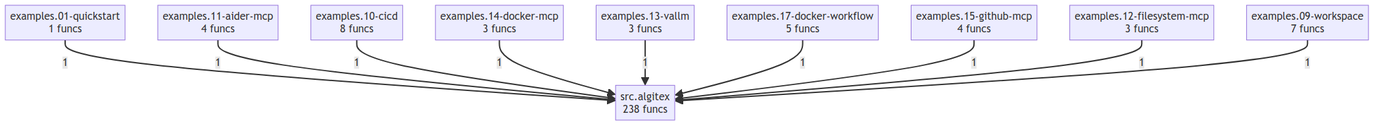
This is project/compact_flow.png from semcod/algitex, a Mermaid export, as it was before one commit. Its source is kept beside it as project/compact_flow.mmd.
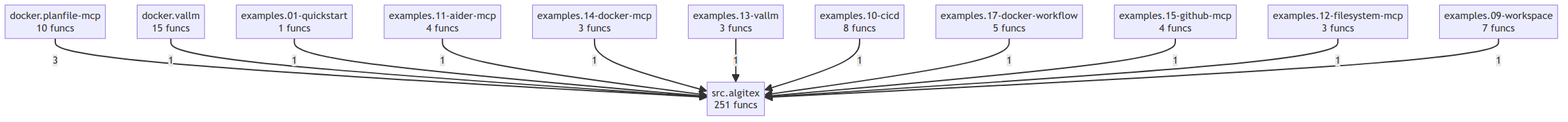
Above is the later version.

What changed in the source:
```diff
@@ -1,4 +1,6 @@
 flowchart TD
+    docker__planfile_mcp["docker.planfile-mcp<br/>10 funcs"]
+    docker__vallm["docker.vallm<br/>15 funcs"]
     examples__01_quickstart["examples.01-quickstart<br/>1 funcs"]
     examples__09_workspace["examples.09-workspace<br/>7 funcs"]
     examples__10_cicd["examples.10-cicd<br/>8 funcs"]
@@ -8,12 +10,14 @@
     examples__14_docker_mcp["examples.14-docker-mcp<br/>3 funcs"]
     examples__15_github_mcp["examples.15-github-mcp<br/>4 funcs"]
     examples__17_docker_workflow["examples.17-docker-workflow<br/>5 funcs"]
-    src__algitex["src.algitex<br/>238 funcs"]
+    src__algitex["src.algitex<br/>251 funcs"]
+    docker__planfile_mcp -->|3| src__algitex
+    docker__vallm -->|1| src__algitex
     examples__01_quickstart -->|1| src__algitex
     examples__11_aider_mcp -->|1| src__algitex
-    examples__10_cicd -->|1| src__algitex
     examples__14_docker_mcp -->|1| src__algitex
     examples__13_vallm -->|1| src__algitex
+    examples__10_cicd -->|1| src__algitex
     examples__17_docker_workflow -->|1| src__algitex
     examples__15_github_mcp -->|1| src__algitex
     examples__12_filesystem_mcp -->|1| src__algitex
```
